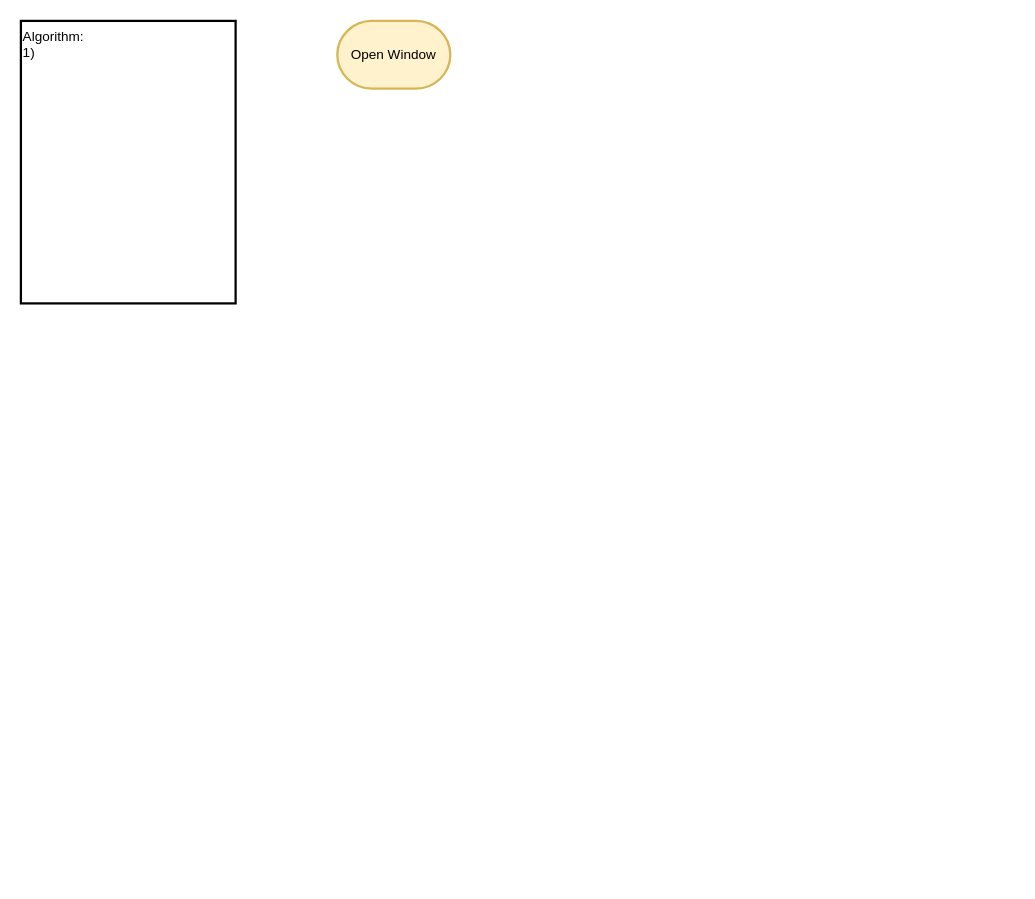
The draw.io diagram planning/Design_Prototypes_Drawio/Final_Design/Flowchart/Final_Design_Prototype_Flowchart.drawio in MichaelHayesMC/Tic-Tac-Toe, before the edit. Source tidied: cells renumbered, new cells numbered last; positions are measured from the earlier drawing's top-left corner, leaving out a move shared by most shapes. Both pictures are drawn from the tidied source at 113%, with x=0, y=0 at pixel (20, 20).
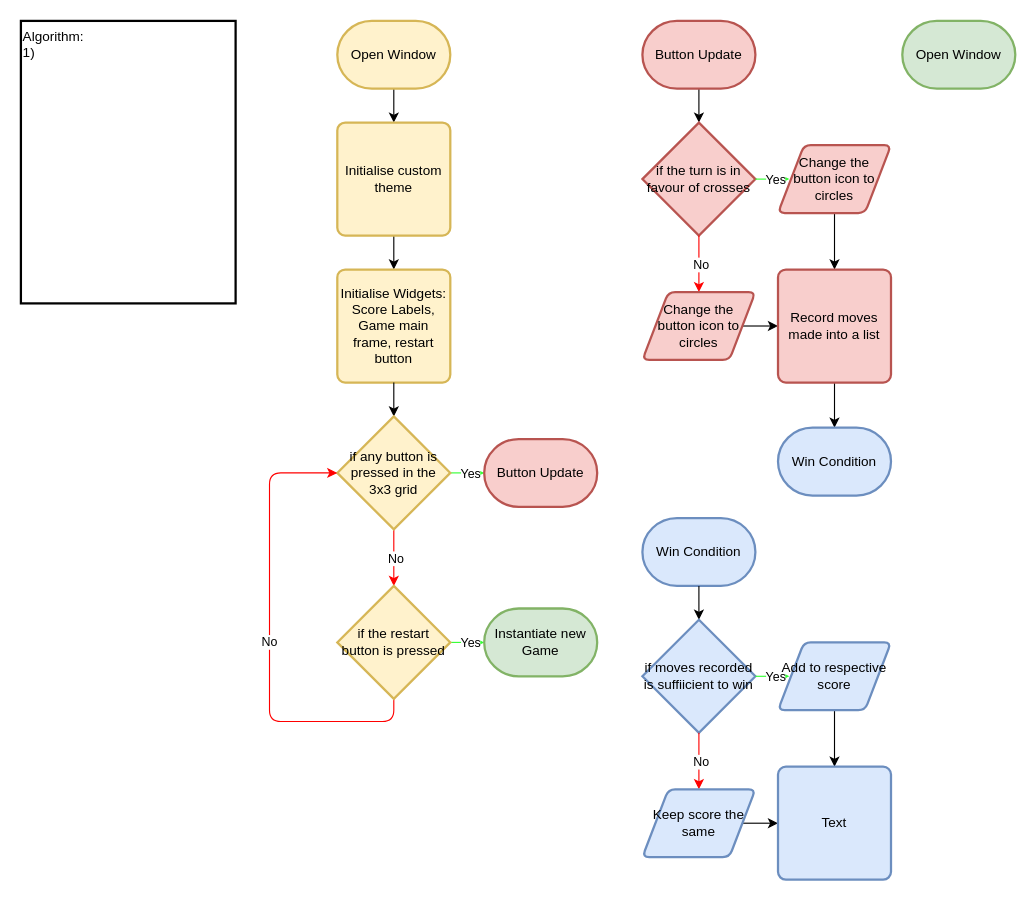
Above is the later version.

Commit message:
Current half finished flowchart for final design prototype

Unchanged cells that the change refers to:
```xml
<mxCell id="3" value="Open Window" style="strokeWidth=2;html=1;shape=mxgraph.flowchart.terminator;whiteSpace=wrap;fillColor=#fff2cc;strokeColor=#d6b656;" parent="1" vertex="1">
  <mxGeometry x="280" width="100" height="60" as="geometry" />
</mxCell>
```

The edit, as a diff of the source:
```diff
@@
+    <mxCell id="4" style="edgeStyle=none;html=1;" parent="1" edge="1" source="3" target="6">
+      <mxGeometry relative="1" as="geometry" />
+    </mxCell>
@@
+    <mxCell id="5" style="edgeStyle=none;html=1;" parent="1" edge="1" source="6" target="7">
+      <mxGeometry relative="1" as="geometry" />
+    </mxCell>
+    <mxCell id="6" value="Initialise custom theme" style="rounded=1;whiteSpace=wrap;html=1;absoluteArcSize=1;arcSize=14;strokeWidth=2;fillColor=#fff2cc;strokeColor=#d6b656;" parent="1" vertex="1">
+      <mxGeometry x="280" y="90" width="100" height="100" as="geometry" />
+    </mxCell>
+    <mxCell id="7" value="Initialise Widgets: Score Labels, Game main frame, restart button" style="rounded=1;whiteSpace=wrap;html=1;absoluteArcSize=1;arcSize=14;strokeWidth=2;fillColor=#fff2cc;strokeColor=#d6b656;" parent="1" vertex="1">
+      <mxGeometry x="280" y="220" width="100" height="100" as="geometry" />
+    </mxCell>
+    <mxCell id="8" style="edgeStyle=none;html=1;" parent="1" edge="1">
+      <mxGeometry relative="1" as="geometry">
+        <mxPoint x="330" y="320" as="sourcePoint" />
+        <mxPoint x="330" y="350" as="targetPoint" />
+      </mxGeometry>
+    </mxCell>
+    <mxCell id="9" style="edgeStyle=none;html=1;strokeColor=#FF0000;" parent="1" edge="1" source="13">
+      <mxGeometry relative="1" as="geometry">
+        <mxPoint x="330" y="500" as="targetPoint" />
+      </mxGeometry>
+    </mxCell>
+    <mxCell id="10" value="No" style="edgeLabel;html=1;align=center;verticalAlign=middle;" parent="9" vertex="1">
+      <mxGeometry x="-0.02" y="1" relative="1" as="geometry" />
+    </mxCell>
+    <mxCell id="11" style="edgeStyle=none;html=1;strokeColor=#33FF33;" parent="1" edge="1" source="13" target="14">
+      <mxGeometry relative="1" as="geometry" />
+    </mxCell>
+    <mxCell id="12" value="Yes" style="edgeLabel;html=1;align=center;verticalAlign=middle;" parent="11" vertex="1">
+      <mxGeometry x="0.16" relative="1" as="geometry" />
+    </mxCell>
+    <mxCell id="13" value="if any button is pressed in the 3x3 grid" style="strokeWidth=2;html=1;shape=mxgraph.flowchart.decision;whiteSpace=wrap;fillColor=#fff2cc;strokeColor=#d6b656;" parent="1" vertex="1">
+      <mxGeometry x="280" y="350" width="100" height="100" as="geometry" />
+    </mxCell>
+    <mxCell id="14" value="Button Update" style="strokeWidth=2;html=1;shape=mxgraph.flowchart.terminator;whiteSpace=wrap;fillColor=#f8cecc;strokeColor=#b85450;" parent="1" vertex="1">
+      <mxGeometry x="410" y="370" width="100" height="60" as="geometry" />
+    </mxCell>
+    <mxCell id="15" style="edgeStyle=none;html=1;strokeColor=#FF0000;exitX=0.5;exitY=1;exitDx=0;exitDy=0;exitPerimeter=0;entryX=0;entryY=0.5;entryDx=0;entryDy=0;entryPerimeter=0;" parent="1" edge="1" source="19" target="13">
+      <mxGeometry relative="1" as="geometry">
+        <Array as="points">
+          <mxPoint x="330" y="620" />
+          <mxPoint x="220" y="620" />
+          <mxPoint x="220" y="400" />
+        </Array>
+      </mxGeometry>
+    </mxCell>
+    <mxCell id="16" value="No" style="edgeLabel;html=1;align=center;verticalAlign=middle;" parent="15" vertex="1">
+      <mxGeometry x="-0.02" y="1" relative="1" as="geometry" />
+    </mxCell>
+    <mxCell id="17" style="edgeStyle=none;html=1;strokeColor=#33FF33;entryX=0;entryY=0.5;entryDx=0;entryDy=0;entryPerimeter=0;" parent="1" edge="1" source="19" target="20">
+      <mxGeometry relative="1" as="geometry" />
+    </mxCell>
+    <mxCell id="18" value="Yes" style="edgeLabel;html=1;align=center;verticalAlign=middle;" parent="17" vertex="1">
+      <mxGeometry x="0.16" relative="1" as="geometry" />
+    </mxCell>
+    <mxCell id="19" value="if the restart button is pressed" style="strokeWidth=2;html=1;shape=mxgraph.flowchart.decision;whiteSpace=wrap;fillColor=#fff2cc;strokeColor=#d6b656;" parent="1" vertex="1">
+      <mxGeometry x="280" y="500" width="100" height="100" as="geometry" />
+    </mxCell>
+    <mxCell id="20" value="Instantiate new Game" style="strokeWidth=2;html=1;shape=mxgraph.flowchart.terminator;whiteSpace=wrap;fillColor=#d5e8d4;strokeColor=#82b366;" parent="1" vertex="1">
+      <mxGeometry x="410" y="520" width="100" height="60" as="geometry" />
+    </mxCell>
+    <mxCell id="21" style="edgeStyle=none;html=1;" parent="1" edge="1" source="22" target="24">
+      <mxGeometry relative="1" as="geometry" />
+    </mxCell>
+    <mxCell id="22" value="&lt;span style=&quot;color: rgb(0, 0, 0);&quot;&gt;Button Update&lt;/span&gt;" style="strokeWidth=2;html=1;shape=mxgraph.flowchart.terminator;whiteSpace=wrap;fillColor=#f8cecc;strokeColor=#b85450;" parent="1" vertex="1">
+      <mxGeometry x="550" width="100" height="60" as="geometry" />
+    </mxCell>
+    <mxCell id="23" value="Open Window" style="strokeWidth=2;html=1;shape=mxgraph.flowchart.terminator;whiteSpace=wrap;fillColor=#d5e8d4;strokeColor=#82b366;" parent="1" vertex="1">
+      <mxGeometry x="780" width="100" height="60" as="geometry" />
+    </mxCell>
+    <mxCell id="24" value="if the turn is in favour of crosses" style="strokeWidth=2;html=1;shape=mxgraph.flowchart.decision;whiteSpace=wrap;fillColor=#f8cecc;strokeColor=#b85450;" parent="1" vertex="1">
+      <mxGeometry x="550" y="90" width="100" height="100" as="geometry" />
+    </mxCell>
+    <mxCell id="25" style="edgeStyle=none;html=1;strokeColor=#FF0000;" parent="1" edge="1">
+      <mxGeometry relative="1" as="geometry">
+        <mxPoint x="600" y="190" as="sourcePoint" />
+        <mxPoint x="600" y="240" as="targetPoint" />
+      </mxGeometry>
+    </mxCell>
+    <mxCell id="26" value="No" style="edgeLabel;html=1;align=center;verticalAlign=middle;" parent="25" vertex="1">
+      <mxGeometry x="-0.02" y="1" relative="1" as="geometry" />
+    </mxCell>
+    <mxCell id="27" style="edgeStyle=none;html=1;strokeColor=#33FF33;" parent="1" edge="1">
+      <mxGeometry relative="1" as="geometry">
+        <mxPoint x="650" y="140" as="sourcePoint" />
+        <mxPoint x="680" y="140" as="targetPoint" />
+      </mxGeometry>
+    </mxCell>
+    <mxCell id="28" value="Yes" style="edgeLabel;html=1;align=center;verticalAlign=middle;" parent="27" vertex="1">
+      <mxGeometry x="0.16" relative="1" as="geometry" />
+    </mxCell>
+    <mxCell id="29" style="edgeStyle=none;html=1;" parent="1" edge="1" source="30" target="34">
+      <mxGeometry relative="1" as="geometry" />
+    </mxCell>
+    <mxCell id="30" value="Change the button icon to circles" style="shape=parallelogram;html=1;strokeWidth=2;perimeter=parallelogramPerimeter;whiteSpace=wrap;rounded=1;arcSize=12;size=0.23;fillColor=#f8cecc;strokeColor=#b85450;" parent="1" vertex="1">
+      <mxGeometry x="550" y="240" width="100" height="60" as="geometry" />
+    </mxCell>
+    <mxCell id="31" style="edgeStyle=none;html=1;" parent="1" edge="1" source="32" target="34">
+      <mxGeometry relative="1" as="geometry" />
+    </mxCell>
+    <mxCell id="32" value="Change the button icon to circles" style="shape=parallelogram;html=1;strokeWidth=2;perimeter=parallelogramPerimeter;whiteSpace=wrap;rounded=1;arcSize=12;size=0.23;fillColor=#f8cecc;strokeColor=#b85450;" parent="1" vertex="1">
+      <mxGeometry x="670" y="110" width="100" height="60" as="geometry" />
+    </mxCell>
+    <mxCell id="33" style="edgeStyle=none;html=1;" parent="1" edge="1" source="34" target="35">
+      <mxGeometry relative="1" as="geometry" />
+    </mxCell>
+    <mxCell id="34" value="Record moves made into a list" style="rounded=1;whiteSpace=wrap;html=1;absoluteArcSize=1;arcSize=14;strokeWidth=2;fillColor=#f8cecc;strokeColor=#b85450;" parent="1" vertex="1">
+      <mxGeometry x="670" y="220" width="100" height="100" as="geometry" />
+    </mxCell>
+    <mxCell id="35" value="Win Condition" style="strokeWidth=2;html=1;shape=mxgraph.flowchart.terminator;whiteSpace=wrap;fillColor=#dae8fc;strokeColor=#6c8ebf;" parent="1" vertex="1">
+      <mxGeometry x="670" y="360" width="100" height="60" as="geometry" />
+    </mxCell>
+    <mxCell id="36" value="Win Condition" style="strokeWidth=2;html=1;shape=mxgraph.flowchart.terminator;whiteSpace=wrap;fillColor=#dae8fc;strokeColor=#6c8ebf;" parent="1" vertex="1">
+      <mxGeometry x="550" y="440" width="100" height="60" as="geometry" />
+    </mxCell>
+    <mxCell id="37" style="edgeStyle=none;html=1;" parent="1" edge="1" target="38">
+      <mxGeometry relative="1" as="geometry">
+        <mxPoint x="600" y="500" as="sourcePoint" />
+      </mxGeometry>
+    </mxCell>
+    <mxCell id="38" value="if moves recorded is suffiicient to win" style="strokeWidth=2;html=1;shape=mxgraph.flowchart.decision;whiteSpace=wrap;fillColor=#dae8fc;strokeColor=#6c8ebf;" parent="1" vertex="1">
+      <mxGeometry x="550" y="530" width="100" height="100" as="geometry" />
+    </mxCell>
+    <mxCell id="39" style="edgeStyle=none;html=1;strokeColor=#FF0000;" parent="1" edge="1">
+      <mxGeometry relative="1" as="geometry">
+        <mxPoint x="600" y="630" as="sourcePoint" />
+        <mxPoint x="600" y="680" as="targetPoint" />
+      </mxGeometry>
+    </mxCell>
+    <mxCell id="40" value="No" style="edgeLabel;html=1;align=center;verticalAlign=middle;" parent="39" vertex="1">
+      <mxGeometry x="-0.02" y="1" relative="1" as="geometry" />
+    </mxCell>
+    <mxCell id="41" style="edgeStyle=none;html=1;strokeColor=#33FF33;" parent="1" edge="1">
+      <mxGeometry relative="1" as="geometry">
+        <mxPoint x="650" y="580" as="sourcePoint" />
+        <mxPoint x="680" y="580" as="targetPoint" />
+      </mxGeometry>
+    </mxCell>
+    <mxCell id="42" value="Yes" style="edgeLabel;html=1;align=center;verticalAlign=middle;" parent="41" vertex="1">
+      <mxGeometry x="0.16" relative="1" as="geometry" />
+    </mxCell>
+    <mxCell id="43" style="edgeStyle=none;html=1;" parent="1" edge="1" source="44" target="47">
+      <mxGeometry relative="1" as="geometry" />
+    </mxCell>
+    <mxCell id="44" value="Keep score the same" style="shape=parallelogram;html=1;strokeWidth=2;perimeter=parallelogramPerimeter;whiteSpace=wrap;rounded=1;arcSize=12;size=0.23;fillColor=#dae8fc;strokeColor=#6c8ebf;" parent="1" vertex="1">
+      <mxGeometry x="550" y="680" width="100" height="60" as="geometry" />
+    </mxCell>
+    <mxCell id="45" style="edgeStyle=none;html=1;" parent="1" edge="1" source="46" target="47">
+      <mxGeometry relative="1" as="geometry" />
+    </mxCell>
+    <mxCell id="46" value="Add to respective score" style="shape=parallelogram;html=1;strokeWidth=2;perimeter=parallelogramPerimeter;whiteSpace=wrap;rounded=1;arcSize=12;size=0.23;fillColor=#dae8fc;strokeColor=#6c8ebf;" parent="1" vertex="1">
+      <mxGeometry x="670" y="550" width="100" height="60" as="geometry" />
+    </mxCell>
+    <mxCell id="47" value="Text" style="rounded=1;whiteSpace=wrap;html=1;absoluteArcSize=1;arcSize=14;strokeWidth=2;fillColor=#dae8fc;strokeColor=#6c8ebf;" parent="1" vertex="1">
+      <mxGeometry x="670" y="660" width="100" height="100" as="geometry" />
+    </mxCell>
```
